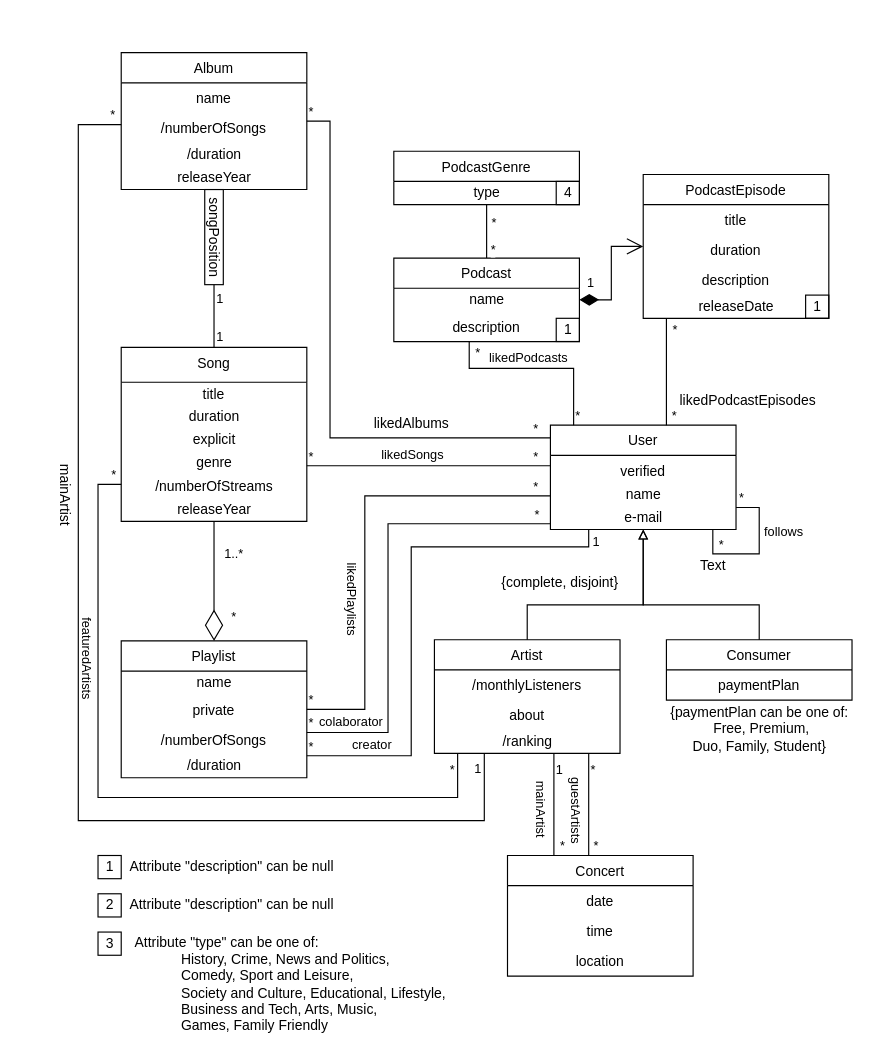
Earlier version of the draw.io diagram page "Page-2" (2 of 2) of 1-delivery/Spotify-class-diag.drawio (Naapperas/feup-bd). Source tidied: cells renumbered, new cells numbered last; positions are measured from the earlier drawing's top-left corner, leaving out a move shared by most shapes. Both pictures are drawn from the tidied source at 116%, with x=0, y=0 at pixel (20, 52).
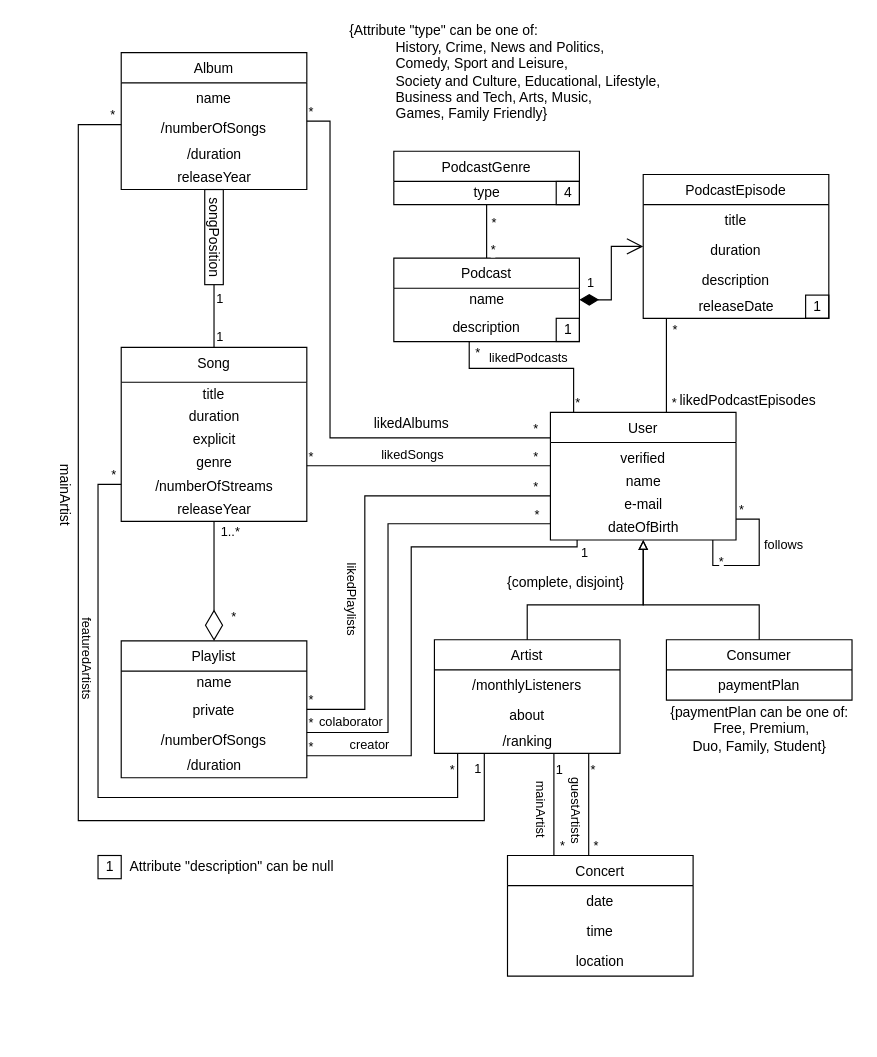
The same page after the edit.

Commit message:
Added more attributes to User class

Unchanged cells that the change refers to:
```xml
<mxCell id="31" value="Playlist" style="swimlane;fontStyle=0;horizontal=1;startSize=26;fillColor=none;align=center;" parent="1" vertex="1">
  <mxGeometry x="87" y="507" width="160" height="118" as="geometry" />
</mxCell>
<mxCell id="49" style="endArrow=none;html=1;edgeStyle=orthogonalEdgeStyle;rounded=0;" parent="1" edge="1" source="14" target="36">
  <mxGeometry relative="1" as="geometry">
    <Array as="points">
      <mxPoint x="477" y="272" />
      <mxPoint x="387" y="272" />
    </Array>
  </mxGeometry>
</mxCell>
<mxCell id="58" style="endArrow=diamondThin;endFill=0;endSize=24;html=1;rounded=0;" parent="1" edge="1" source="2" target="31">
  <mxGeometry relative="1" as="geometry" />
</mxCell>
```

The edit, as a diff of the source:
```diff
@@
     <mxCell id="14" value="User" style="swimlane;fontStyle=0;horizontal=1;startSize=26;fillColor=none;align=center;" parent="1" vertex="1">
-      <mxGeometry x="457" y="321" width="160" height="90" as="geometry" />
+      <mxGeometry x="457" y="310" width="160" height="110" as="geometry" />
     </mxCell>
@@
+    <mxCell id="118" value="&lt;div&gt;dateOfBirth&lt;/div&gt;" style="text;html=1;align=center;verticalAlign=middle;strokeColor=none;fillColor=none;" parent="14" vertex="1">
+      <mxGeometry y="90" width="160" height="20" as="geometry" />
+    </mxCell>
@@
     <mxCell id="52" value="likedPodcasts" style="edgeLabel;html=1;align=center;verticalAlign=middle;" parent="49" vertex="1">
       <mxGeometry x="-0.75" y="-1" relative="1" as="geometry">
-        <mxPoint x="-41" y="-39" as="offset" />
+        <mxPoint x="-41" y="-29" as="offset" />
       </mxGeometry>
     </mxCell>
@@
     <mxCell id="60" value="1..*" style="edgeLabel;html=1;align=center;verticalAlign=middle;" parent="58" vertex="1">
       <mxGeometry x="0.65" y="-1" relative="1" as="geometry">
-        <mxPoint x="17" y="-58" as="offset" />
+        <mxPoint x="14" y="-77" as="offset" />
       </mxGeometry>
     </mxCell>
@@
     <mxCell id="65" style="endArrow=none;html=1;edgeStyle=orthogonalEdgeStyle;rounded=0;" parent="1" edge="1" source="14" target="14">
       <mxGeometry relative="1" as="geometry">
         <Array as="points">
-          <mxPoint x="597" y="432" />
-          <mxPoint x="637" y="432" />
-          <mxPoint x="637" y="392" />
+          <mxPoint x="597" y="442" />
+          <mxPoint x="637" y="442" />
+          <mxPoint x="637" y="402" />
         </Array>
       </mxGeometry>
     </mxCell>
     <mxCell id="66" value="*" style="edgeLabel;html=1;align=left;verticalAlign=bottom;strokeColor=default;" parent="65" vertex="1">
       <mxGeometry x="-1" relative="1" as="geometry">
-        <mxPoint x="21" y="-19" as="offset" />
+        <mxPoint x="21" y="-18" as="offset" />
       </mxGeometry>
     </mxCell>
     <mxCell id="67" value="*" style="edgeLabel;html=1;align=right;verticalAlign=bottom;strokeColor=default;" parent="65" vertex="1">
       <mxGeometry x="1" relative="1" as="geometry">
-        <mxPoint x="-10" y="40" as="offset" />
+        <mxPoint x="-10" y="45" as="offset" />
       </mxGeometry>
     </mxCell>
@@
     <mxCell id="73" style="endArrow=none;html=1;edgeStyle=orthogonalEdgeStyle;rounded=0;" parent="1" edge="1" source="31" target="14">
       <mxGeometry relative="1" as="geometry">
         <Array as="points">
           <mxPoint x="337" y="606" />
           <mxPoint x="337" y="426" />
-          <mxPoint x="490" y="426" />
+          <mxPoint x="480" y="426" />
         </Array>
       </mxGeometry>
     </mxCell>
@@
-    <mxCell id="98" value="2" style="text;html=1;align=center;verticalAlign=middle;strokeColor=default;fillColor=none;" parent="1" vertex="1">
-      <mxGeometry x="67" y="725" width="20" height="20" as="geometry" />
-    </mxCell>
-    <mxCell id="99" value="3" style="text;html=1;align=center;verticalAlign=middle;strokeColor=default;fillColor=none;" parent="1" vertex="1">
-      <mxGeometry x="67" y="758" width="20" height="20" as="geometry" />
-    </mxCell>
-    <mxCell id="100" value="Attribute &quot;description&quot;  can be null" style="text;html=1;align=center;verticalAlign=middle;strokeColor=none;fillColor=none;" parent="1" vertex="1">
-      <mxGeometry x="87" y="725" width="190" height="20" as="geometry" />
-    </mxCell>
@@
-    <mxCell id="102" value="Attribute &quot;type&quot; can be one of:&lt;br&gt;&lt;blockquote style=&quot;margin: 0 0 0 40px ; border: none ; padding: 0px&quot;&gt;History, Crime, News and Politics,&lt;br&gt;Comedy, Sport and Leisure,&lt;br&gt; Society and Culture, Educational, Lifestyle,&lt;br&gt; Business and Tech, Arts, Music,&lt;/blockquote&gt;&lt;blockquote style=&quot;margin: 0 0 0 40px ; border: none ; padding: 0px&quot;&gt;Games, Family Friendly&lt;/blockquote&gt;" style="text;html=1;align=left;verticalAlign=middle;strokeColor=none;fillColor=none;" parent="1" vertex="1">
-      <mxGeometry x="97" y="758" width="280" height="90" as="geometry" />
+    <mxCell id="102" value="{Attribute &quot;type&quot; can be one of:&lt;br&gt;&lt;blockquote style=&quot;margin: 0 0 0 40px ; border: none ; padding: 0px&quot;&gt;History, Crime, News and Politics,&lt;br&gt;Comedy, Sport and Leisure,&lt;br&gt; Society and Culture, Educational, Lifestyle,&lt;br&gt; Business and Tech, Arts, Music,&lt;/blockquote&gt;&lt;blockquote style=&quot;margin: 0 0 0 40px ; border: none ; padding: 0px&quot;&gt;Games, Family Friendly}&lt;/blockquote&gt;" style="text;html=1;align=left;verticalAlign=middle;strokeColor=none;fillColor=none;" parent="1" vertex="1">
+      <mxGeometry x="282" y="-28" width="280" height="90" as="geometry" />
     </mxCell>
@@
-    <mxCell id="117" value="Text" style="text;html=1;align=center;verticalAlign=middle;strokeColor=none;fillColor=none;" parent="1" vertex="1">
-      <mxGeometry x="577" y="432" width="40" height="20" as="geometry" />
-    </mxCell>
```
